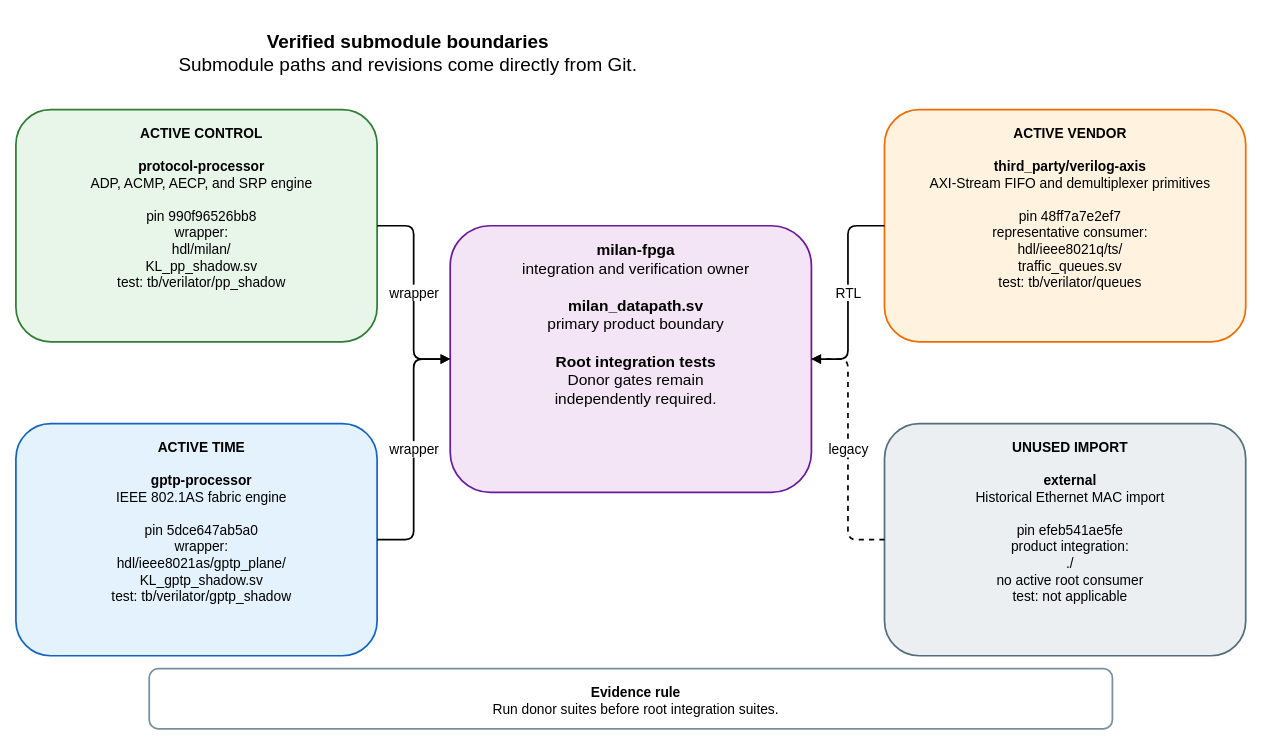
kebag-logic/milan-fpga keeps this draw.io diagram as docs/diagrams/submodule_boundaries.drawio. Above is the earlier version. Source tidied: cells renumbered, new cells numbered last; positions are measured from the earlier drawing's top-left corner, leaving out a move shared by most shapes. Both pictures are drawn from the tidied source at 86%, with x=0, y=0 at pixel (15, 15).
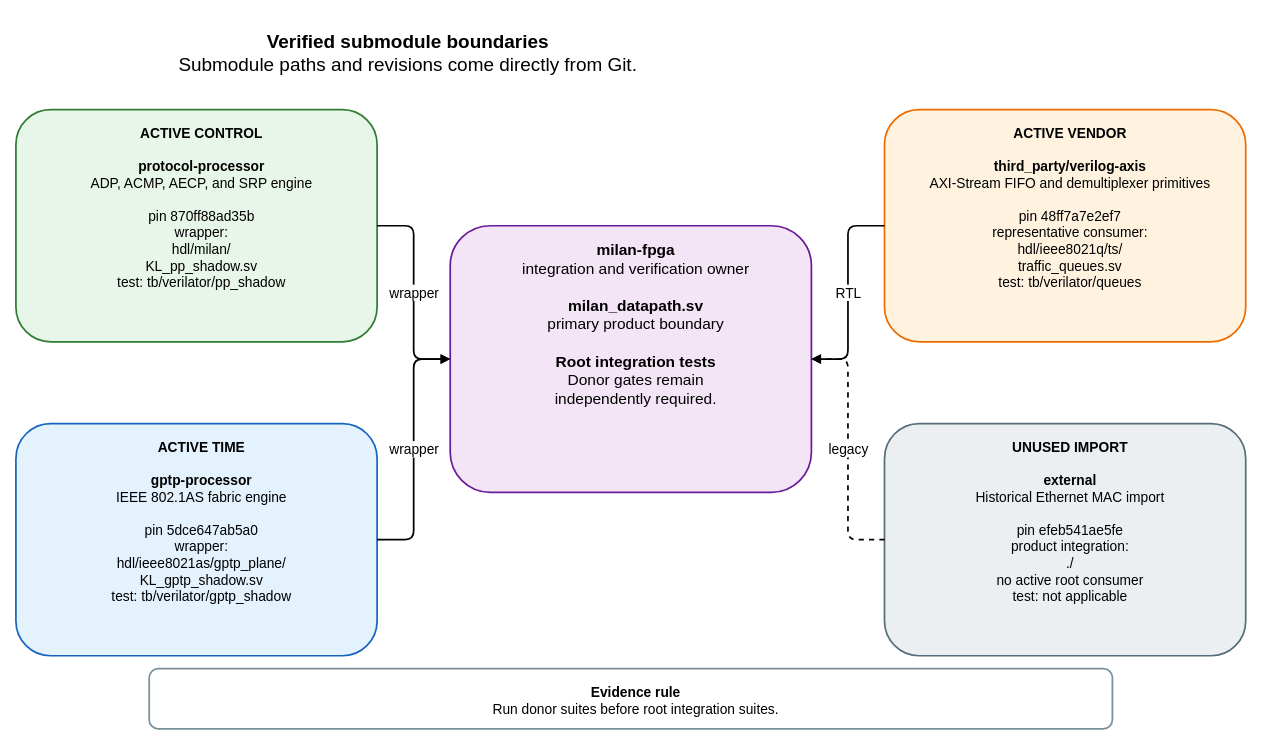
The same page after the edit.

Diff of the diagram source:
```diff
@@
 <mxGraphModel>
   <root>
     <mxCell id="0" />
     <mxCell id="1" parent="0" />
     <mxCell id="2" value="&lt;b&gt;Verified submodule boundaries&lt;/b&gt;&lt;br&gt;Submodule paths and revisions come directly from Git." style="rounded=1;whiteSpace=wrap;html=1;verticalAlign=top;spacingTop=12;spacingLeft=12;fontSize=22;fontFamily=Helvetica;fillColor=none;strokeColor=none;strokeWidth=2;" parent="1" vertex="1">
       <mxGeometry width="900" height="65" as="geometry" />
     </mxCell>
     <mxCell id="3" value="&lt;b&gt;milan-fpga&lt;/b&gt;&lt;br&gt;integration and verification owner&lt;br&gt;&lt;br&gt;&lt;b&gt;milan_datapath.sv&lt;/b&gt;&lt;br&gt;primary product boundary&lt;br&gt;&lt;br&gt;&lt;b&gt;Root integration tests&lt;/b&gt;&lt;br&gt;Donor gates remain&lt;br&gt;independently required." style="rounded=1;whiteSpace=wrap;html=1;verticalAlign=top;spacingTop=12;spacingLeft=12;fontSize=18;fontFamily=Helvetica;fillColor=#F3E5F5;strokeColor=#6A1B9A;strokeWidth=2;" parent="1" vertex="1">
       <mxGeometry x="505" y="245" width="420" height="310" as="geometry" />
     </mxCell>
-    <mxCell id="4" value="&lt;b&gt;ACTIVE CONTROL&lt;/b&gt;&lt;br&gt;&lt;br&gt;&lt;b&gt;protocol-processor&lt;/b&gt;&lt;br&gt;ADP, ACMP, AECP, and SRP engine&lt;br&gt;&lt;br&gt;pin 990f96526bb8&lt;br&gt;wrapper:&lt;br&gt;hdl/milan/&lt;br&gt;KL_pp_shadow.sv&lt;br&gt;test: tb/verilator/pp_shadow" style="rounded=1;whiteSpace=wrap;html=1;verticalAlign=top;spacingTop=12;spacingLeft=12;fontSize=16;fontFamily=Helvetica;fillColor=#E8F5E9;strokeColor=#2E7D32;strokeWidth=2;" parent="1" vertex="1">
+    <mxCell id="4" value="&lt;b&gt;ACTIVE CONTROL&lt;/b&gt;&lt;br&gt;&lt;br&gt;&lt;b&gt;protocol-processor&lt;/b&gt;&lt;br&gt;ADP, ACMP, AECP, and SRP engine&lt;br&gt;&lt;br&gt;pin 870ff88ad35b&lt;br&gt;wrapper:&lt;br&gt;hdl/milan/&lt;br&gt;KL_pp_shadow.sv&lt;br&gt;test: tb/verilator/pp_shadow" style="rounded=1;whiteSpace=wrap;html=1;verticalAlign=top;spacingTop=12;spacingLeft=12;fontSize=16;fontFamily=Helvetica;fillColor=#E8F5E9;strokeColor=#2E7D32;strokeWidth=2;" parent="1" vertex="1">
       <mxGeometry y="110" width="420" height="270" as="geometry" />
     </mxCell>
     <mxCell id="5" value="&lt;b&gt;ACTIVE TIME&lt;/b&gt;&lt;br&gt;&lt;br&gt;&lt;b&gt;gptp-processor&lt;/b&gt;&lt;br&gt;IEEE 802.1AS fabric engine&lt;br&gt;&lt;br&gt;pin 5dce647ab5a0&lt;br&gt;wrapper:&lt;br&gt;hdl/ieee8021as/gptp_plane/&lt;br&gt;KL_gptp_shadow.sv&lt;br&gt;test: tb/verilator/gptp_shadow" style="rounded=1;whiteSpace=wrap;html=1;verticalAlign=top;spacingTop=12;spacingLeft=12;fontSize=16;fontFamily=Helvetica;fillColor=#E3F2FD;strokeColor=#1565C0;strokeWidth=2;" parent="1" vertex="1">
       <mxGeometry y="475" width="420" height="270" as="geometry" />
     </mxCell>
     <mxCell id="6" value="&lt;b&gt;ACTIVE VENDOR&lt;/b&gt;&lt;br&gt;&lt;br&gt;&lt;b&gt;third_party/verilog-axis&lt;/b&gt;&lt;br&gt;AXI-Stream FIFO and demultiplexer primitives&lt;br&gt;&lt;br&gt;pin 48ff7a7e2ef7&lt;br&gt;representative consumer:&lt;br&gt;hdl/ieee8021q/ts/&lt;br&gt;traffic_queues.sv&lt;br&gt;test: tb/verilator/queues" style="rounded=1;whiteSpace=wrap;html=1;verticalAlign=top;spacingTop=12;spacingLeft=12;fontSize=16;fontFamily=Helvetica;fillColor=#FFF3E0;strokeColor=#EF6C00;strokeWidth=2;" parent="1" vertex="1">
       <mxGeometry x="1010" y="110" width="420" height="270" as="geometry" />
     </mxCell>
     <mxCell id="7" value="&lt;b&gt;UNUSED IMPORT&lt;/b&gt;&lt;br&gt;&lt;br&gt;&lt;b&gt;external&lt;/b&gt;&lt;br&gt;Historical Ethernet MAC import&lt;br&gt;&lt;br&gt;pin efeb541ae5fe&lt;br&gt;product integration:&lt;br&gt;./&lt;br&gt;no active root consumer&lt;br&gt;test: not applicable" style="rounded=1;whiteSpace=wrap;html=1;verticalAlign=top;spacingTop=12;spacingLeft=12;fontSize=16;fontFamily=Helvetica;fillColor=#ECEFF1;strokeColor=#546E7A;strokeWidth=2;" parent="1" vertex="1">
       <mxGeometry x="1010" y="475" width="420" height="270" as="geometry" />
     </mxCell>
     <mxCell id="8" value="wrapper" style="edgeStyle=orthogonalEdgeStyle;rounded=1;jettySize=auto;html=1;endArrow=block;endFill=1;strokeWidth=2;fontSize=16;fontFamily=Helvetica;labelBackgroundColor=#FFFFFF;" parent="1" edge="1" source="4" target="3">
       <mxGeometry relative="1" as="geometry" />
     </mxCell>
     <mxCell id="9" value="wrapper" style="edgeStyle=orthogonalEdgeStyle;rounded=1;jettySize=auto;html=1;endArrow=block;endFill=1;strokeWidth=2;fontSize=16;fontFamily=Helvetica;labelBackgroundColor=#FFFFFF;" parent="1" edge="1" source="5" target="3">
       <mxGeometry relative="1" as="geometry" />
     </mxCell>
     <mxCell id="10" value="RTL" style="edgeStyle=orthogonalEdgeStyle;rounded=1;jettySize=auto;html=1;endArrow=block;endFill=1;strokeWidth=2;fontSize=16;fontFamily=Helvetica;labelBackgroundColor=#FFFFFF;" parent="1" edge="1" source="6" target="3">
       <mxGeometry relative="1" as="geometry" />
     </mxCell>
     <mxCell id="11" value="legacy" style="edgeStyle=orthogonalEdgeStyle;rounded=1;jettySize=auto;html=1;endArrow=block;endFill=1;strokeWidth=2;fontSize=16;fontFamily=Helvetica;labelBackgroundColor=#FFFFFF;dashed=1;" parent="1" edge="1" source="7" target="3">
       <mxGeometry relative="1" as="geometry" />
     </mxCell>
     <mxCell id="12" value="&lt;b&gt;Evidence rule&lt;/b&gt;&lt;br&gt;Run donor suites before root integration suites." style="rounded=1;whiteSpace=wrap;html=1;verticalAlign=top;spacingTop=12;spacingLeft=12;fontSize=16;fontFamily=Helvetica;fillColor=#FFFFFF;strokeColor=#78909C;strokeWidth=2;" parent="1" vertex="1">
       <mxGeometry x="155" y="760" width="1120" height="70" as="geometry" />
     </mxCell>
   </root>
 </mxGraphModel>
```
